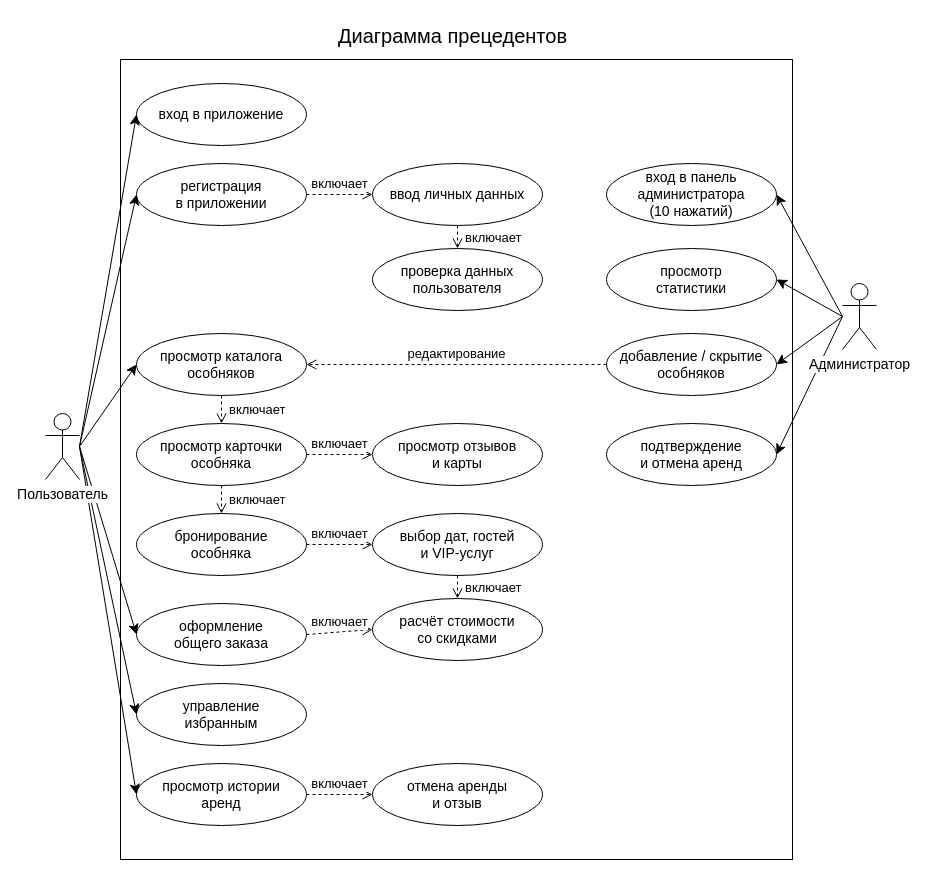
The draw.io diagram docs/Диаграмма_прецедентов.drawio in masterRaizer/WardClick, before the edit. Source tidied: cells renumbered, new cells numbered last; positions are measured from the earlier drawing's top-left corner, leaving out a move shared by most shapes. Both pictures are drawn from the tidied source at 100%, with x=0, y=0 at pixel (45, 17).
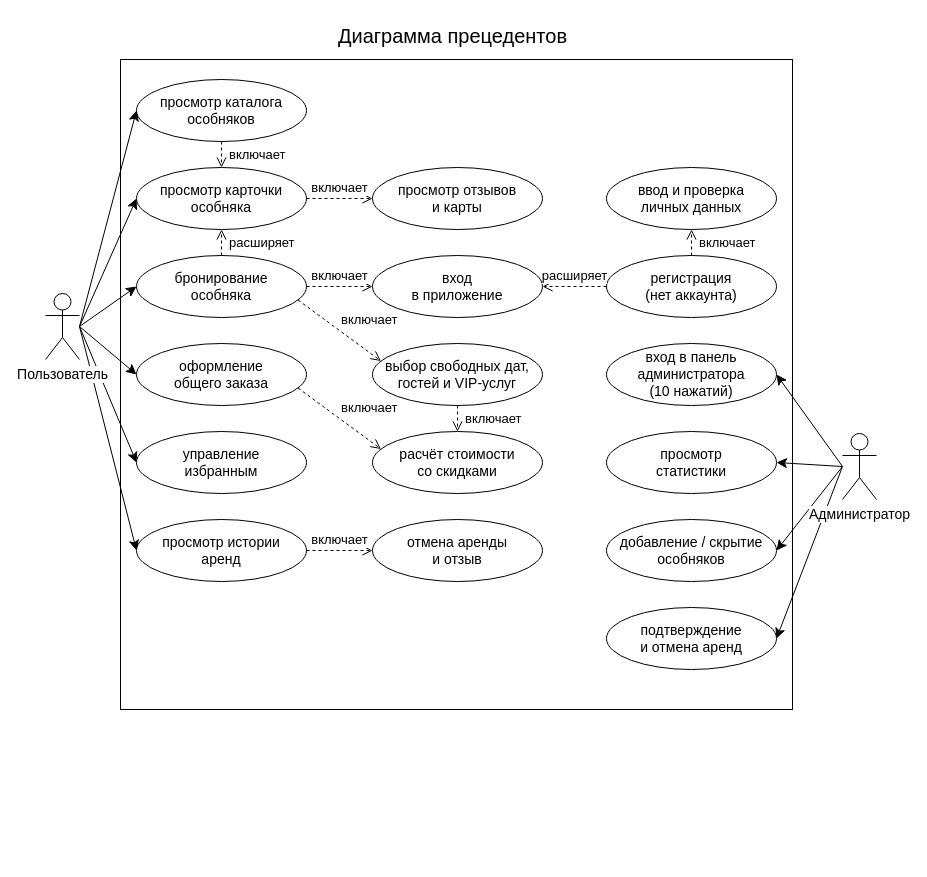
The same page after the edit.

Commit message (it also covers changes not shown here):
Диаграммы по логике приложения: вход только при бронировании

The edit, as a diff of the source:
```diff
@@
     <mxCell id="3" style="rounded=0;whiteSpace=wrap;html=1;fillColor=none;strokeColor=#000000;" parent="1" vertex="1">
-      <mxGeometry x="75" y="42" width="672" height="800" as="geometry" />
+      <mxGeometry x="75" y="42" width="672" height="650" as="geometry" />
     </mxCell>
-    <mxCell id="4" value="вход в приложение" style="ellipse;whiteSpace=wrap;html=1;fillColor=#ffffff;strokeColor=#000000;fontFamily=Helvetica;fontSize=14;" parent="1" vertex="1">
-      <mxGeometry x="91" y="66" width="170" height="62" as="geometry" />
+    <mxCell id="4" value="просмотр каталога&lt;br&gt;особняков" style="ellipse;whiteSpace=wrap;html=1;fillColor=#ffffff;strokeColor=#000000;fontFamily=Helvetica;fontSize=14;" parent="1" vertex="1">
+      <mxGeometry x="91" y="62" width="170" height="62" as="geometry" />
     </mxCell>
-    <mxCell id="5" value="регистрация&lt;br&gt;в приложении" style="ellipse;whiteSpace=wrap;html=1;fillColor=#ffffff;strokeColor=#000000;fontFamily=Helvetica;fontSize=14;" parent="1" vertex="1">
-      <mxGeometry x="91" y="146" width="170" height="62" as="geometry" />
+    <mxCell id="5" value="просмотр карточки&lt;br&gt;особняка" style="ellipse;whiteSpace=wrap;html=1;fillColor=#ffffff;strokeColor=#000000;fontFamily=Helvetica;fontSize=14;" parent="1" vertex="1">
+      <mxGeometry x="91" y="150" width="170" height="62" as="geometry" />
     </mxCell>
-    <mxCell id="6" value="ввод личных данных" style="ellipse;whiteSpace=wrap;html=1;fillColor=#ffffff;strokeColor=#000000;fontFamily=Helvetica;fontSize=14;" parent="1" vertex="1">
-      <mxGeometry x="327" y="146" width="170" height="62" as="geometry" />
+    <mxCell id="6" value="бронирование&lt;br&gt;особняка" style="ellipse;whiteSpace=wrap;html=1;fillColor=#ffffff;strokeColor=#000000;fontFamily=Helvetica;fontSize=14;" parent="1" vertex="1">
+      <mxGeometry x="91" y="238" width="170" height="62" as="geometry" />
     </mxCell>
-    <mxCell id="7" value="проверка данных&lt;br&gt;пользователя" style="ellipse;whiteSpace=wrap;html=1;fillColor=#ffffff;strokeColor=#000000;fontFamily=Helvetica;fontSize=14;" parent="1" vertex="1">
-      <mxGeometry x="327" y="231" width="170" height="62" as="geometry" />
+    <mxCell id="7" value="оформление&lt;br&gt;общего заказа" style="ellipse;whiteSpace=wrap;html=1;fillColor=#ffffff;strokeColor=#000000;fontFamily=Helvetica;fontSize=14;" parent="1" vertex="1">
+      <mxGeometry x="91" y="326" width="170" height="62" as="geometry" />
     </mxCell>
-    <mxCell id="8" value="просмотр каталога&lt;br&gt;особняков" style="ellipse;whiteSpace=wrap;html=1;fillColor=#ffffff;strokeColor=#000000;fontFamily=Helvetica;fontSize=14;" parent="1" vertex="1">
-      <mxGeometry x="91" y="316" width="170" height="62" as="geometry" />
+    <mxCell id="8" value="управление&lt;br&gt;избранным" style="ellipse;whiteSpace=wrap;html=1;fillColor=#ffffff;strokeColor=#000000;fontFamily=Helvetica;fontSize=14;" parent="1" vertex="1">
+      <mxGeometry x="91" y="414" width="170" height="62" as="geometry" />
     </mxCell>
-    <mxCell id="9" value="просмотр карточки&lt;br&gt;особняка" style="ellipse;whiteSpace=wrap;html=1;fillColor=#ffffff;strokeColor=#000000;fontFamily=Helvetica;fontSize=14;" parent="1" vertex="1">
-      <mxGeometry x="91" y="406" width="170" height="62" as="geometry" />
+    <mxCell id="9" value="просмотр истории&lt;br&gt;аренд" style="ellipse;whiteSpace=wrap;html=1;fillColor=#ffffff;strokeColor=#000000;fontFamily=Helvetica;fontSize=14;" parent="1" vertex="1">
+      <mxGeometry x="91" y="502" width="170" height="62" as="geometry" />
     </mxCell>
-    <mxCell id="10" value="просмотр отзывов&lt;br&gt;и карты" style="ellipse;whiteSpace=wrap;html=1;fillColor=#ffffff;strokeColor=#000000;fontFamily=Helvetica;fontSize=14;" parent="1" vertex="1">
-      <mxGeometry x="327" y="406" width="170" height="62" as="geometry" />
+    <mxCell id="10" value="вход&lt;br&gt;в приложение" style="ellipse;whiteSpace=wrap;html=1;fillColor=#ffffff;strokeColor=#000000;fontFamily=Helvetica;fontSize=14;" parent="1" vertex="1">
+      <mxGeometry x="327" y="238" width="170" height="62" as="geometry" />
     </mxCell>
-    <mxCell id="11" value="бронирование&lt;br&gt;особняка" style="ellipse;whiteSpace=wrap;html=1;fillColor=#ffffff;strokeColor=#000000;fontFamily=Helvetica;fontSize=14;" parent="1" vertex="1">
-      <mxGeometry x="91" y="496" width="170" height="62" as="geometry" />
+    <mxCell id="11" value="просмотр отзывов&lt;br&gt;и карты" style="ellipse;whiteSpace=wrap;html=1;fillColor=#ffffff;strokeColor=#000000;fontFamily=Helvetica;fontSize=14;" parent="1" vertex="1">
+      <mxGeometry x="327" y="150" width="170" height="62" as="geometry" />
     </mxCell>
-    <mxCell id="12" value="выбор дат, гостей&lt;br&gt;и VIP-услуг" style="ellipse;whiteSpace=wrap;html=1;fillColor=#ffffff;strokeColor=#000000;fontFamily=Helvetica;fontSize=14;" parent="1" vertex="1">
-      <mxGeometry x="327" y="496" width="170" height="62" as="geometry" />
+    <mxCell id="12" value="выбор свободных дат,&lt;br&gt;гостей и VIP-услуг" style="ellipse;whiteSpace=wrap;html=1;fillColor=#ffffff;strokeColor=#000000;fontFamily=Helvetica;fontSize=14;" parent="1" vertex="1">
+      <mxGeometry x="327" y="326" width="170" height="62" as="geometry" />
     </mxCell>
     <mxCell id="13" value="расчёт стоимости&lt;br&gt;со скидками" style="ellipse;whiteSpace=wrap;html=1;fillColor=#ffffff;strokeColor=#000000;fontFamily=Helvetica;fontSize=14;" parent="1" vertex="1">
-      <mxGeometry x="327" y="581" width="170" height="62" as="geometry" />
+      <mxGeometry x="327" y="414" width="170" height="62" as="geometry" />
     </mxCell>
-    <mxCell id="14" value="оформление&lt;br&gt;общего заказа" style="ellipse;whiteSpace=wrap;html=1;fillColor=#ffffff;strokeColor=#000000;fontFamily=Helvetica;fontSize=14;" parent="1" vertex="1">
-      <mxGeometry x="91" y="586" width="170" height="62" as="geometry" />
+    <mxCell id="14" value="отмена аренды&lt;br&gt;и отзыв" style="ellipse;whiteSpace=wrap;html=1;fillColor=#ffffff;strokeColor=#000000;fontFamily=Helvetica;fontSize=14;" parent="1" vertex="1">
+      <mxGeometry x="327" y="502" width="170" height="62" as="geometry" />
     </mxCell>
-    <mxCell id="15" value="управление&lt;br&gt;избранным" style="ellipse;whiteSpace=wrap;html=1;fillColor=#ffffff;strokeColor=#000000;fontFamily=Helvetica;fontSize=14;" parent="1" vertex="1">
-      <mxGeometry x="91" y="666" width="170" height="62" as="geometry" />
+    <mxCell id="15" value="регистрация&lt;br&gt;(нет аккаунта)" style="ellipse;whiteSpace=wrap;html=1;fillColor=#ffffff;strokeColor=#000000;fontFamily=Helvetica;fontSize=14;" parent="1" vertex="1">
+      <mxGeometry x="561" y="238" width="170" height="62" as="geometry" />
     </mxCell>
-    <mxCell id="16" value="просмотр истории&lt;br&gt;аренд" style="ellipse;whiteSpace=wrap;html=1;fillColor=#ffffff;strokeColor=#000000;fontFamily=Helvetica;fontSize=14;" parent="1" vertex="1">
-      <mxGeometry x="91" y="746" width="170" height="62" as="geometry" />
+    <mxCell id="16" value="ввод и проверка&lt;br&gt;личных данных" style="ellipse;whiteSpace=wrap;html=1;fillColor=#ffffff;strokeColor=#000000;fontFamily=Helvetica;fontSize=14;" parent="1" vertex="1">
+      <mxGeometry x="561" y="150" width="170" height="62" as="geometry" />
     </mxCell>
-    <mxCell id="17" value="отмена аренды&lt;br&gt;и отзыв" style="ellipse;whiteSpace=wrap;html=1;fillColor=#ffffff;strokeColor=#000000;fontFamily=Helvetica;fontSize=14;" parent="1" vertex="1">
-      <mxGeometry x="327" y="746" width="170" height="62" as="geometry" />
+    <mxCell id="17" value="вход в панель&lt;br&gt;администратора&lt;br&gt;(10 нажатий)" style="ellipse;whiteSpace=wrap;html=1;fillColor=#ffffff;strokeColor=#000000;fontFamily=Helvetica;fontSize=14;" parent="1" vertex="1">
+      <mxGeometry x="561" y="326" width="170" height="62" as="geometry" />
     </mxCell>
-    <mxCell id="18" value="вход в панель&lt;br&gt;администратора&lt;br&gt;(10 нажатий)" style="ellipse;whiteSpace=wrap;html=1;fillColor=#ffffff;strokeColor=#000000;fontFamily=Helvetica;fontSize=14;" parent="1" vertex="1">
-      <mxGeometry x="561" y="146" width="170" height="62" as="geometry" />
+    <mxCell id="18" value="просмотр&lt;br&gt;статистики" style="ellipse;whiteSpace=wrap;html=1;fillColor=#ffffff;strokeColor=#000000;fontFamily=Helvetica;fontSize=14;" parent="1" vertex="1">
+      <mxGeometry x="561" y="414" width="170" height="62" as="geometry" />
     </mxCell>
-    <mxCell id="19" value="просмотр&lt;br&gt;статистики" style="ellipse;whiteSpace=wrap;html=1;fillColor=#ffffff;strokeColor=#000000;fontFamily=Helvetica;fontSize=14;" parent="1" vertex="1">
-      <mxGeometry x="561" y="231" width="170" height="62" as="geometry" />
+    <mxCell id="19" value="добавление / скрытие&lt;br&gt;особняков" style="ellipse;whiteSpace=wrap;html=1;fillColor=#ffffff;strokeColor=#000000;fontFamily=Helvetica;fontSize=14;" parent="1" vertex="1">
+      <mxGeometry x="561" y="502" width="170" height="62" as="geometry" />
     </mxCell>
-    <mxCell id="20" value="добавление / скрытие&lt;br&gt;особняков" style="ellipse;whiteSpace=wrap;html=1;fillColor=#ffffff;strokeColor=#000000;fontFamily=Helvetica;fontSize=14;" parent="1" vertex="1">
-      <mxGeometry x="561" y="316" width="170" height="62" as="geometry" />
+    <mxCell id="20" value="подтверждение&lt;br&gt;и отмена аренд" style="ellipse;whiteSpace=wrap;html=1;fillColor=#ffffff;strokeColor=#000000;fontFamily=Helvetica;fontSize=14;" parent="1" vertex="1">
+      <mxGeometry x="561" y="590" width="170" height="62" as="geometry" />
     </mxCell>
-    <mxCell id="21" value="подтверждение&lt;br&gt;и отмена аренд" style="ellipse;whiteSpace=wrap;html=1;fillColor=#ffffff;strokeColor=#000000;fontFamily=Helvetica;fontSize=14;" parent="1" vertex="1">
-      <mxGeometry x="561" y="406" width="170" height="62" as="geometry" />
-    </mxCell>
+    <mxCell id="42" style="html=1;endArrow=classic;endSize=8;strokeColor=#000000;fontFamily=Helvetica;fontSize=14;exitX=1;exitY=0.5;exitDx=0;exitDy=0;entryX=0;entryY=0.5;entryDx=0;entryDy=0;" parent="1" edge="1" source="21" target="4">
+      <mxGeometry relative="1" as="geometry" />
+    </mxCell>
-    <mxCell id="22" style="html=1;endArrow=classic;endSize=8;strokeColor=#000000;fontFamily=Helvetica;fontSize=14;exitX=1;exitY=0.5;exitDx=0;exitDy=0;entryX=0;entryY=0.5;entryDx=0;entryDy=0;" parent="1" edge="1" source="41" target="4">
+    <mxCell id="22" style="html=1;endArrow=classic;endSize=8;strokeColor=#000000;fontFamily=Helvetica;fontSize=14;exitX=1;exitY=0.5;exitDx=0;exitDy=0;entryX=0;entryY=0.5;entryDx=0;entryDy=0;" parent="1" edge="1" source="21" target="5">
       <mxGeometry relative="1" as="geometry" />
     </mxCell>
-    <mxCell id="23" style="html=1;endArrow=classic;endSize=8;strokeColor=#000000;fontFamily=Helvetica;fontSize=14;exitX=1;exitY=0.5;exitDx=0;exitDy=0;entryX=0;entryY=0.5;entryDx=0;entryDy=0;" parent="1" edge="1" source="41" target="5">
+    <mxCell id="23" style="html=1;endArrow=classic;endSize=8;strokeColor=#000000;fontFamily=Helvetica;fontSize=14;exitX=1;exitY=0.5;exitDx=0;exitDy=0;entryX=0;entryY=0.5;entryDx=0;entryDy=0;" parent="1" edge="1" source="21" target="6">
       <mxGeometry relative="1" as="geometry" />
     </mxCell>
-    <mxCell id="24" style="html=1;endArrow=classic;endSize=8;strokeColor=#000000;fontFamily=Helvetica;fontSize=14;exitX=1;exitY=0.5;exitDx=0;exitDy=0;entryX=0;entryY=0.5;entryDx=0;entryDy=0;" parent="1" edge="1" source="41" target="8">
+    <mxCell id="24" style="html=1;endArrow=classic;endSize=8;strokeColor=#000000;fontFamily=Helvetica;fontSize=14;exitX=1;exitY=0.5;exitDx=0;exitDy=0;entryX=0;entryY=0.5;entryDx=0;entryDy=0;" parent="1" edge="1" source="21" target="7">
       <mxGeometry relative="1" as="geometry" />
     </mxCell>
-    <mxCell id="25" style="html=1;endArrow=classic;endSize=8;strokeColor=#000000;fontFamily=Helvetica;fontSize=14;exitX=1;exitY=0.5;exitDx=0;exitDy=0;entryX=0;entryY=0.5;entryDx=0;entryDy=0;" parent="1" edge="1" source="41" target="14">
+    <mxCell id="25" style="html=1;endArrow=classic;endSize=8;strokeColor=#000000;fontFamily=Helvetica;fontSize=14;exitX=1;exitY=0.5;exitDx=0;exitDy=0;entryX=0;entryY=0.5;entryDx=0;entryDy=0;" parent="1" edge="1" source="21" target="8">
       <mxGeometry relative="1" as="geometry" />
     </mxCell>
-    <mxCell id="26" style="html=1;endArrow=classic;endSize=8;strokeColor=#000000;fontFamily=Helvetica;fontSize=14;exitX=1;exitY=0.5;exitDx=0;exitDy=0;entryX=0;entryY=0.5;entryDx=0;entryDy=0;" parent="1" edge="1" source="41" target="15">
+    <mxCell id="26" style="html=1;endArrow=classic;endSize=8;strokeColor=#000000;fontFamily=Helvetica;fontSize=14;exitX=1;exitY=0.5;exitDx=0;exitDy=0;entryX=0;entryY=0.5;entryDx=0;entryDy=0;" parent="1" edge="1" source="21" target="9">
       <mxGeometry relative="1" as="geometry" />
     </mxCell>
-    <mxCell id="27" style="html=1;endArrow=classic;endSize=8;strokeColor=#000000;fontFamily=Helvetica;fontSize=14;exitX=1;exitY=0.5;exitDx=0;exitDy=0;entryX=0;entryY=0.5;entryDx=0;entryDy=0;" parent="1" edge="1" source="41" target="16">
+    <mxCell id="27" style="html=1;endArrow=classic;endSize=8;strokeColor=#000000;fontFamily=Helvetica;fontSize=14;exitX=0;exitY=0.5;exitDx=0;exitDy=0;entryX=1;entryY=0.5;entryDx=0;entryDy=0;" parent="1" edge="1" source="41" target="17">
       <mxGeometry relative="1" as="geometry" />
     </mxCell>
-    <mxCell id="28" style="html=1;endArrow=classic;endSize=8;strokeColor=#000000;fontFamily=Helvetica;fontSize=14;exitX=0;exitY=0.5;exitDx=0;exitDy=0;entryX=1;entryY=0.5;entryDx=0;entryDy=0;" parent="1" edge="1" source="42" target="18">
+    <mxCell id="28" style="html=1;endArrow=classic;endSize=8;strokeColor=#000000;fontFamily=Helvetica;fontSize=14;exitX=0;exitY=0.5;exitDx=0;exitDy=0;entryX=1;entryY=0.5;entryDx=0;entryDy=0;" parent="1" edge="1" source="41" target="18">
       <mxGeometry relative="1" as="geometry" />
     </mxCell>
-    <mxCell id="29" style="html=1;endArrow=classic;endSize=8;strokeColor=#000000;fontFamily=Helvetica;fontSize=14;exitX=0;exitY=0.5;exitDx=0;exitDy=0;entryX=1;entryY=0.5;entryDx=0;entryDy=0;" parent="1" edge="1" source="42" target="19">
+    <mxCell id="29" style="html=1;endArrow=classic;endSize=8;strokeColor=#000000;fontFamily=Helvetica;fontSize=14;exitX=0;exitY=0.5;exitDx=0;exitDy=0;entryX=1;entryY=0.5;entryDx=0;entryDy=0;" parent="1" edge="1" source="41" target="19">
       <mxGeometry relative="1" as="geometry" />
     </mxCell>
-    <mxCell id="30" style="html=1;endArrow=classic;endSize=8;strokeColor=#000000;fontFamily=Helvetica;fontSize=14;exitX=0;exitY=0.5;exitDx=0;exitDy=0;entryX=1;entryY=0.5;entryDx=0;entryDy=0;" parent="1" edge="1" source="42" target="20">
+    <mxCell id="30" style="html=1;endArrow=classic;endSize=8;strokeColor=#000000;fontFamily=Helvetica;fontSize=14;exitX=0;exitY=0.5;exitDx=0;exitDy=0;entryX=1;entryY=0.5;entryDx=0;entryDy=0;" parent="1" edge="1" source="41" target="20">
       <mxGeometry relative="1" as="geometry" />
     </mxCell>
-    <mxCell id="31" style="html=1;endArrow=classic;endSize=8;strokeColor=#000000;fontFamily=Helvetica;fontSize=14;exitX=0;exitY=0.5;exitDx=0;exitDy=0;entryX=1;entryY=0.5;entryDx=0;entryDy=0;" parent="1" edge="1" source="42" target="21">
+    <mxCell id="31" value="включает" style="html=1;endArrow=open;endSize=8;dashed=1;strokeColor=#000000;fontFamily=Helvetica;fontSize=13;align=left;spacingLeft=6;exitX=0.5;exitY=1;exitDx=0;exitDy=0;entryX=0.5;entryY=0;entryDx=0;entryDy=0;" parent="1" edge="1" source="4" target="5">
       <mxGeometry relative="1" as="geometry" />
     </mxCell>
-    <mxCell id="32" value="включает" style="html=1;endArrow=open;endSize=8;dashed=1;strokeColor=#000000;verticalAlign=bottom;fontFamily=Helvetica;fontSize=13;exitX=1;exitY=0.5;exitDx=0;exitDy=0;entryX=0;entryY=0.5;entryDx=0;entryDy=0;" parent="1" edge="1" source="5" target="6">
+    <mxCell id="32" value="включает" style="html=1;endArrow=open;endSize=8;dashed=1;strokeColor=#000000;fontFamily=Helvetica;fontSize=13;verticalAlign=bottom;exitX=1;exitY=0.5;exitDx=0;exitDy=0;entryX=0;entryY=0.5;entryDx=0;entryDy=0;" parent="1" edge="1" source="5" target="11">
       <mxGeometry relative="1" as="geometry" />
     </mxCell>
-    <mxCell id="33" value="включает" style="html=1;endArrow=open;endSize=8;dashed=1;strokeColor=#000000;align=left;spacingLeft=6;fontFamily=Helvetica;fontSize=13;exitX=0.5;exitY=1;exitDx=0;exitDy=0;entryX=0.5;entryY=0;entryDx=0;entryDy=0;" parent="1" edge="1" source="6" target="7">
+    <mxCell id="33" value="расширяет" style="html=1;endArrow=open;endSize=8;dashed=1;strokeColor=#000000;fontFamily=Helvetica;fontSize=13;align=left;spacingLeft=6;exitX=0.5;exitY=0;exitDx=0;exitDy=0;entryX=0.5;entryY=1;entryDx=0;entryDy=0;" parent="1" edge="1" source="6" target="5">
       <mxGeometry relative="1" as="geometry" />
     </mxCell>
-    <mxCell id="34" value="включает" style="html=1;endArrow=open;endSize=8;dashed=1;strokeColor=#000000;align=left;spacingLeft=6;fontFamily=Helvetica;fontSize=13;exitX=0.5;exitY=1;exitDx=0;exitDy=0;entryX=0.5;entryY=0;entryDx=0;entryDy=0;" parent="1" edge="1" source="8" target="9">
+    <mxCell id="34" value="включает" style="html=1;endArrow=open;endSize=8;dashed=1;strokeColor=#000000;fontFamily=Helvetica;fontSize=13;verticalAlign=bottom;exitX=1;exitY=0.5;exitDx=0;exitDy=0;entryX=0;entryY=0.5;entryDx=0;entryDy=0;" parent="1" edge="1" source="6" target="10">
       <mxGeometry relative="1" as="geometry" />
     </mxCell>
-    <mxCell id="35" value="включает" style="html=1;endArrow=open;endSize=8;dashed=1;strokeColor=#000000;verticalAlign=bottom;fontFamily=Helvetica;fontSize=13;exitX=1;exitY=0.5;exitDx=0;exitDy=0;entryX=0;entryY=0.5;entryDx=0;entryDy=0;" parent="1" edge="1" source="9" target="10">
+    <mxCell id="35" value="расширяет" style="html=1;endArrow=open;endSize=8;dashed=1;strokeColor=#000000;fontFamily=Helvetica;fontSize=13;verticalAlign=bottom;exitX=0;exitY=0.5;exitDx=0;exitDy=0;entryX=1;entryY=0.5;entryDx=0;entryDy=0;" parent="1" edge="1" source="15" target="10">
       <mxGeometry relative="1" as="geometry" />
     </mxCell>
-    <mxCell id="36" value="включает" style="html=1;endArrow=open;endSize=8;dashed=1;strokeColor=#000000;align=left;spacingLeft=6;fontFamily=Helvetica;fontSize=13;exitX=0.5;exitY=1;exitDx=0;exitDy=0;entryX=0.5;entryY=0;entryDx=0;entryDy=0;" parent="1" edge="1" source="9" target="11">
+    <mxCell id="36" value="включает" style="html=1;endArrow=open;endSize=8;dashed=1;strokeColor=#000000;fontFamily=Helvetica;fontSize=13;align=left;spacingLeft=6;exitX=0.5;exitY=0;exitDx=0;exitDy=0;entryX=0.5;entryY=1;entryDx=0;entryDy=0;" parent="1" edge="1" source="15" target="16">
       <mxGeometry relative="1" as="geometry" />
     </mxCell>
-    <mxCell id="37" value="включает" style="html=1;endArrow=open;endSize=8;dashed=1;strokeColor=#000000;verticalAlign=bottom;fontFamily=Helvetica;fontSize=13;exitX=1;exitY=0.5;exitDx=0;exitDy=0;entryX=0;entryY=0.5;entryDx=0;entryDy=0;" parent="1" edge="1" source="11" target="12">
+    <mxCell id="37" value="включает" style="html=1;endArrow=open;endSize=8;dashed=1;strokeColor=#000000;fontFamily=Helvetica;fontSize=13;verticalAlign=bottom;align=left;exitX=1;exitY=0.75;exitDx=0;exitDy=0;entryX=0;entryY=0.25;entryDx=0;entryDy=0;" parent="1" edge="1" source="6" target="12">
       <mxGeometry relative="1" as="geometry" />
     </mxCell>
-    <mxCell id="38" value="включает" style="html=1;endArrow=open;endSize=8;dashed=1;strokeColor=#000000;align=left;spacingLeft=6;fontFamily=Helvetica;fontSize=13;exitX=0.5;exitY=1;exitDx=0;exitDy=0;entryX=0.5;entryY=0;entryDx=0;entryDy=0;" parent="1" edge="1" source="12" target="13">
+    <mxCell id="38" value="включает" style="html=1;endArrow=open;endSize=8;dashed=1;strokeColor=#000000;fontFamily=Helvetica;fontSize=13;align=left;spacingLeft=6;exitX=0.5;exitY=1;exitDx=0;exitDy=0;entryX=0.5;entryY=0;entryDx=0;entryDy=0;" parent="1" edge="1" source="12" target="13">
       <mxGeometry relative="1" as="geometry" />
     </mxCell>
-    <mxCell id="39" value="включает" style="html=1;endArrow=open;endSize=8;dashed=1;strokeColor=#000000;verticalAlign=bottom;fontFamily=Helvetica;fontSize=13;exitX=1;exitY=0.5;exitDx=0;exitDy=0;entryX=0;entryY=0.5;entryDx=0;entryDy=0;" parent="1" edge="1" source="14" target="13">
+    <mxCell id="39" value="включает" style="html=1;endArrow=open;endSize=8;dashed=1;strokeColor=#000000;fontFamily=Helvetica;fontSize=13;verticalAlign=bottom;align=left;exitX=1;exitY=0.75;exitDx=0;exitDy=0;entryX=0;entryY=0.25;entryDx=0;entryDy=0;" parent="1" edge="1" source="7" target="13">
       <mxGeometry relative="1" as="geometry" />
     </mxCell>
-    <mxCell id="40" value="включает" style="html=1;endArrow=open;endSize=8;dashed=1;strokeColor=#000000;verticalAlign=bottom;fontFamily=Helvetica;fontSize=13;exitX=1;exitY=0.5;exitDx=0;exitDy=0;entryX=0;entryY=0.5;entryDx=0;entryDy=0;" parent="1" edge="1" source="16" target="17">
+    <mxCell id="40" value="включает" style="html=1;endArrow=open;endSize=8;dashed=1;strokeColor=#000000;fontFamily=Helvetica;fontSize=13;verticalAlign=bottom;exitX=1;exitY=0.5;exitDx=0;exitDy=0;entryX=0;entryY=0.5;entryDx=0;entryDy=0;" parent="1" edge="1" source="9" target="14">
       <mxGeometry relative="1" as="geometry" />
     </mxCell>
+    <mxCell id="21" value="Пользователь" style="shape=umlActor;verticalLabelPosition=bottom;verticalAlign=top;html=1;outlineConnect=0;labelBackgroundColor=#ffffff;fontFamily=Helvetica;fontSize=14;" parent="1" vertex="1">
+      <mxGeometry y="276" width="34" height="66" as="geometry" />
+    </mxCell>
-    <mxCell id="41" value="Пользователь" style="shape=umlActor;verticalLabelPosition=bottom;verticalAlign=top;html=1;outlineConnect=0;labelBackgroundColor=#ffffff;fontFamily=Helvetica;fontSize=14;" parent="1" vertex="1">
-      <mxGeometry y="396" width="34" height="66" as="geometry" />
+    <mxCell id="41" value="Администратор" style="shape=umlActor;verticalLabelPosition=bottom;verticalAlign=top;html=1;outlineConnect=0;labelBackgroundColor=#ffffff;fontFamily=Helvetica;fontSize=14;" parent="1" vertex="1">
+      <mxGeometry x="797" y="416" width="34" height="66" as="geometry" />
     </mxCell>
-    <mxCell id="42" value="Администратор" style="shape=umlActor;verticalLabelPosition=bottom;verticalAlign=top;html=1;outlineConnect=0;labelBackgroundColor=#ffffff;fontFamily=Helvetica;fontSize=14;" parent="1" vertex="1">
-      <mxGeometry x="797" y="266" width="34" height="66" as="geometry" />
-    </mxCell>
-    <mxCell id="43" value="редактирование" style="html=1;endArrow=open;endSize=8;dashed=1;strokeColor=#000000;verticalAlign=bottom;fontFamily=Helvetica;fontSize=13;exitX=0;exitY=0.5;exitDx=0;exitDy=0;entryX=1;entryY=0.5;entryDx=0;entryDy=0;" parent="1" edge="1" source="20" target="8">
-      <mxGeometry relative="1" as="geometry" />
-    </mxCell>
```
